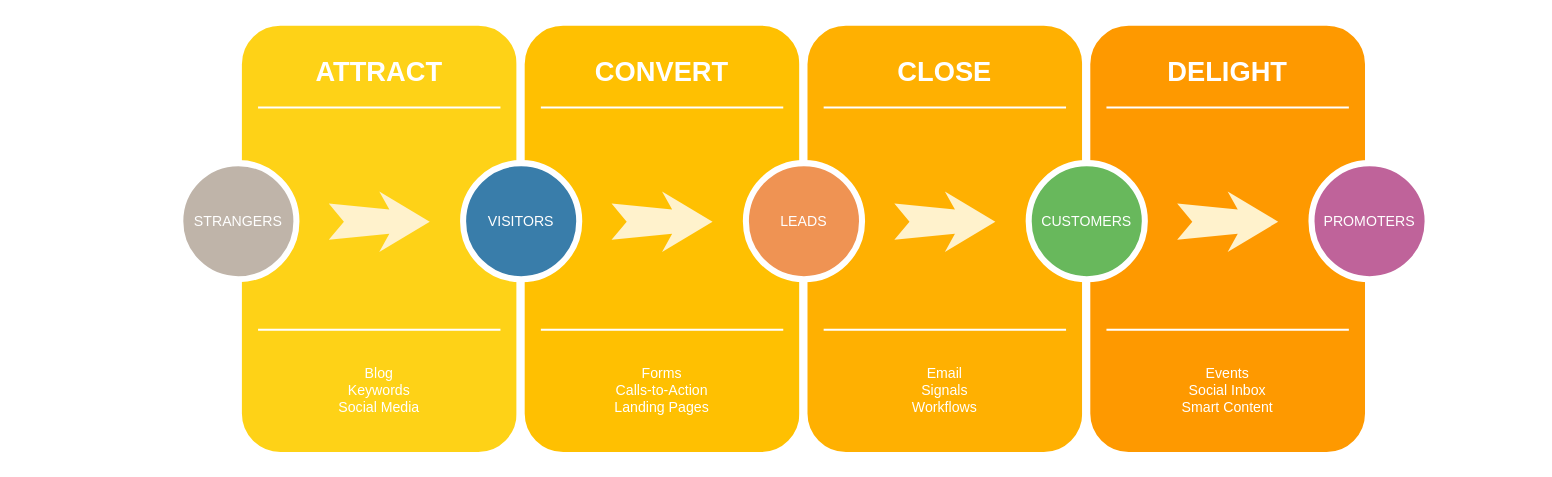
Before: схема_инфраструктуры.drawio in RaifSpace/raif-devops, a draw.io diagram. Source tidied: cells renumbered, new cells numbered last; positions are measured from the earlier drawing's top-left corner, leaving out a move shared by most shapes. Both pictures are drawn from the tidied source at 101%, with x=0, y=0 at pixel (180, 21).
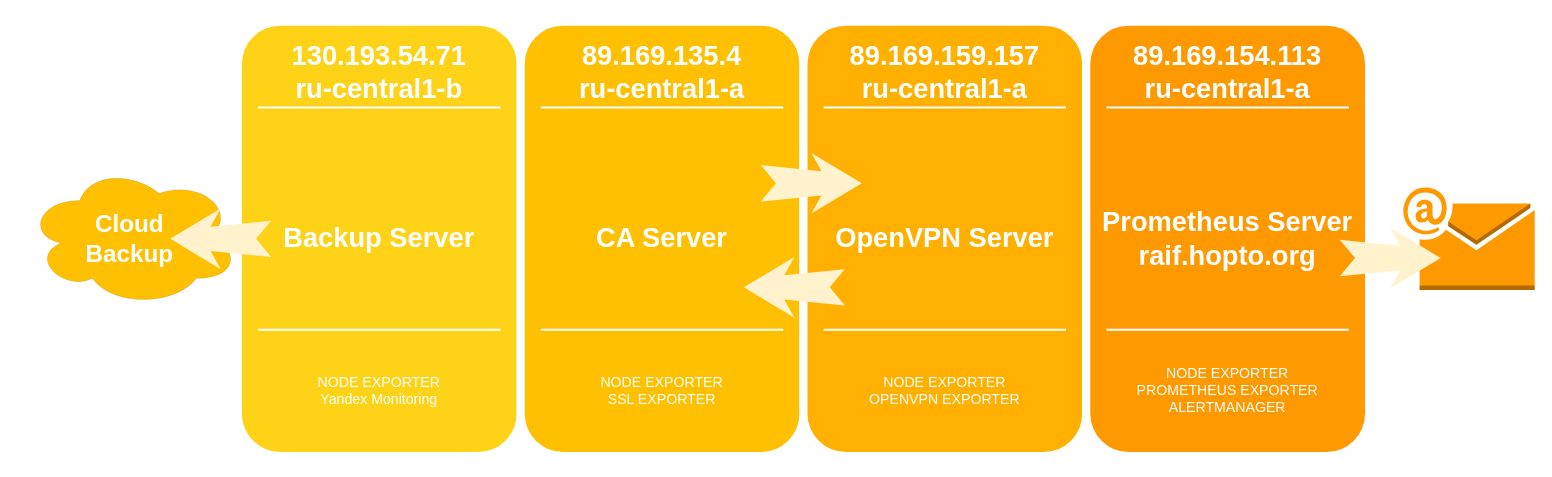
The same diagram, later.

Change to the diagram source:
```diff
@@
-    <mxCell id="2" style="whiteSpace=wrap;html=1;rounded=1;shadow=0;strokeWidth=8;fontSize=20;align=center;fillColor=#FED217;strokeColor=#FFFFFF;" parent="1" vertex="1">
+    <mxCell id="2" value="&lt;span style=&quot;color: rgb(255, 255, 255); font-size: 27px; font-weight: 700;&quot;&gt;Backup Server&lt;/span&gt;" style="whiteSpace=wrap;html=1;rounded=1;shadow=0;strokeWidth=8;fontSize=20;align=center;fillColor=#FED217;strokeColor=#FFFFFF;" parent="1" vertex="1">
       <mxGeometry x="57" width="280" height="430" as="geometry" />
     </mxCell>
-    <mxCell id="3" value="ATTRACT" style="text;html=1;strokeColor=none;fillColor=none;align=center;verticalAlign=middle;whiteSpace=wrap;rounded=0;shadow=0;fontSize=27;fontColor=#FFFFFF;fontStyle=1;" parent="1" vertex="1">
+    <mxCell id="3" value="130.193.54.71&lt;div&gt;ru-central1-b&lt;/div&gt;" style="text;html=1;strokeColor=none;fillColor=none;align=center;verticalAlign=middle;whiteSpace=wrap;rounded=0;shadow=0;fontSize=27;fontColor=#FFFFFF;fontStyle=1;" parent="1" vertex="1">
       <mxGeometry x="57" y="20" width="280" height="60" as="geometry" />
     </mxCell>
-    <mxCell id="4" value="Blog&lt;div&gt;Keywords&lt;/div&gt;&lt;div&gt;Social Media&lt;/div&gt;" style="text;html=1;strokeColor=none;fillColor=none;align=center;verticalAlign=middle;whiteSpace=wrap;rounded=0;shadow=0;fontSize=14;fontColor=#FFFFFF;" parent="1" vertex="1">
+    <mxCell id="4" value="NODE EXPORTER&lt;div&gt;Yandex Monitoring&lt;/div&gt;" style="text;html=1;strokeColor=none;fillColor=none;align=center;verticalAlign=middle;whiteSpace=wrap;rounded=0;shadow=0;fontSize=14;fontColor=#FFFFFF;" parent="1" vertex="1">
       <mxGeometry x="57" y="320" width="280" height="90" as="geometry" />
     </mxCell>
@@
-    <mxCell id="7" value="STRANGERS" style="ellipse;whiteSpace=wrap;html=1;rounded=0;shadow=0;strokeWidth=6;fontSize=14;align=center;fillColor=#BFB4A9;strokeColor=#FFFFFF;fontColor=#FFFFFF;" parent="1" vertex="1">
-      <mxGeometry y="140" width="115" height="115" as="geometry" />
-    </mxCell>
-    <mxCell id="8" style="html=1;shadow=0;dashed=0;align=center;verticalAlign=middle;shape=mxgraph.arrows2.stylisedArrow;dy=0.6;dx=40;notch=15;feather=0.4;rounded=0;strokeWidth=1;fontSize=27;strokeColor=none;fillColor=#fff2cc;" parent="1" vertex="1">
-      <mxGeometry x="147" y="168" width="100" height="60" as="geometry" />
-    </mxCell>
-    <mxCell id="9" style="whiteSpace=wrap;html=1;rounded=1;shadow=0;strokeWidth=8;fontSize=20;align=center;fillColor=#FFC001;strokeColor=#FFFFFF;" parent="1" vertex="1">
+    <mxCell id="9" value="&lt;span style=&quot;color: rgb(255, 255, 255); font-size: 27px; font-weight: 700;&quot;&gt;CA Server&lt;/span&gt;" style="whiteSpace=wrap;html=1;rounded=1;shadow=0;strokeWidth=8;fontSize=20;align=center;fillColor=#FFC001;strokeColor=#FFFFFF;" parent="1" vertex="1">
       <mxGeometry x="337" width="280" height="430" as="geometry" />
     </mxCell>
-    <mxCell id="10" value="CONVERT" style="text;html=1;strokeColor=none;fillColor=none;align=center;verticalAlign=middle;whiteSpace=wrap;rounded=0;shadow=0;fontSize=27;fontColor=#FFFFFF;fontStyle=1;" parent="1" vertex="1">
+    <mxCell id="10" value="89.169.135.4&lt;div&gt;ru-central1-a&lt;/div&gt;" style="text;html=1;strokeColor=none;fillColor=none;align=center;verticalAlign=middle;whiteSpace=wrap;rounded=0;shadow=0;fontSize=27;fontColor=#FFFFFF;fontStyle=1;" parent="1" vertex="1">
       <mxGeometry x="337" y="20" width="280" height="60" as="geometry" />
     </mxCell>
-    <mxCell id="11" value="Forms&lt;div&gt;Calls-to-Action&lt;/div&gt;&lt;div&gt;Landing Pages&lt;/div&gt;" style="text;html=1;strokeColor=none;fillColor=none;align=center;verticalAlign=middle;whiteSpace=wrap;rounded=0;shadow=0;fontSize=14;fontColor=#FFFFFF;" parent="1" vertex="1">
+    <mxCell id="11" value="NODE EXPORTER&lt;div&gt;&lt;div&gt;SSL EXPORTER&lt;/div&gt;&lt;/div&gt;" style="text;html=1;strokeColor=none;fillColor=none;align=center;verticalAlign=middle;whiteSpace=wrap;rounded=0;shadow=0;fontSize=14;fontColor=#FFFFFF;" parent="1" vertex="1">
       <mxGeometry x="337" y="320" width="280" height="90" as="geometry" />
     </mxCell>
@@
-    <mxCell id="14" value="VISITORS" style="ellipse;whiteSpace=wrap;html=1;rounded=0;shadow=0;strokeWidth=6;fontSize=14;align=center;fillColor=#397DAA;strokeColor=#FFFFFF;fontColor=#FFFFFF;" parent="1" vertex="1">
-      <mxGeometry x="280" y="140" width="115" height="115" as="geometry" />
-    </mxCell>
-    <mxCell id="15" style="html=1;shadow=0;dashed=0;align=center;verticalAlign=middle;shape=mxgraph.arrows2.stylisedArrow;dy=0.6;dx=40;notch=15;feather=0.4;rounded=0;strokeWidth=1;fontSize=27;strokeColor=none;fillColor=#fff2cc;" parent="1" vertex="1">
-      <mxGeometry x="427" y="168" width="100" height="60" as="geometry" />
-    </mxCell>
-    <mxCell id="16" style="whiteSpace=wrap;html=1;rounded=1;shadow=0;strokeWidth=8;fontSize=20;align=center;fillColor=#FFB001;strokeColor=#FFFFFF;" parent="1" vertex="1">
+    <mxCell id="16" value="&lt;span style=&quot;color: rgb(255, 255, 255); font-size: 27px; font-weight: 700;&quot;&gt;OpenVPN Server&lt;/span&gt;" style="whiteSpace=wrap;html=1;rounded=1;shadow=0;strokeWidth=8;fontSize=20;align=center;fillColor=#FFB001;strokeColor=#FFFFFF;" parent="1" vertex="1">
       <mxGeometry x="617" width="280" height="430" as="geometry" />
     </mxCell>
-    <mxCell id="17" value="CLOSE" style="text;html=1;strokeColor=none;fillColor=none;align=center;verticalAlign=middle;whiteSpace=wrap;rounded=0;shadow=0;fontSize=27;fontColor=#FFFFFF;fontStyle=1;" parent="1" vertex="1">
+    <mxCell id="17" value="89.169.159.157&lt;div&gt;ru-central1-a&lt;/div&gt;" style="text;html=1;strokeColor=none;fillColor=none;align=center;verticalAlign=middle;whiteSpace=wrap;rounded=0;shadow=0;fontSize=27;fontColor=#FFFFFF;fontStyle=1;" parent="1" vertex="1">
       <mxGeometry x="617" y="20" width="280" height="60" as="geometry" />
     </mxCell>
-    <mxCell id="18" value="Email&lt;div&gt;Signals&lt;/div&gt;&lt;div&gt;Workflows&lt;/div&gt;" style="text;html=1;strokeColor=none;fillColor=none;align=center;verticalAlign=middle;whiteSpace=wrap;rounded=0;shadow=0;fontSize=14;fontColor=#FFFFFF;" parent="1" vertex="1">
+    <mxCell id="18" value="NODE EXPORTER&lt;div&gt;&lt;div&gt;OPENVPN EXPORTER&lt;/div&gt;&lt;/div&gt;" style="text;html=1;strokeColor=none;fillColor=none;align=center;verticalAlign=middle;whiteSpace=wrap;rounded=0;shadow=0;fontSize=14;fontColor=#FFFFFF;" parent="1" vertex="1">
       <mxGeometry x="617" y="320" width="280" height="90" as="geometry" />
     </mxCell>
@@
-    <mxCell id="21" value="LEADS" style="ellipse;whiteSpace=wrap;html=1;rounded=0;shadow=0;strokeWidth=6;fontSize=14;align=center;fillColor=#EF9353;strokeColor=#FFFFFF;fontColor=#FFFFFF;" parent="1" vertex="1">
-      <mxGeometry x="560" y="140" width="115" height="115" as="geometry" />
-    </mxCell>
-    <mxCell id="22" style="html=1;shadow=0;dashed=0;align=center;verticalAlign=middle;shape=mxgraph.arrows2.stylisedArrow;dy=0.6;dx=40;notch=15;feather=0.4;rounded=0;strokeWidth=1;fontSize=27;strokeColor=none;fillColor=#fff2cc;" parent="1" vertex="1">
-      <mxGeometry x="707" y="168" width="100" height="60" as="geometry" />
+    <mxCell id="22" style="html=1;shadow=0;dashed=0;align=center;verticalAlign=middle;shape=mxgraph.arrows2.stylisedArrow;dy=0.6;dx=40;notch=15;feather=0.4;rounded=0;strokeWidth=1;fontSize=27;strokeColor=none;fillColor=#fff2cc;rotation=-180;" parent="1" vertex="1">
+      <mxGeometry x="558" y="233" width="100" height="60" as="geometry" />
     </mxCell>
-    <mxCell id="23" style="whiteSpace=wrap;html=1;rounded=1;shadow=0;strokeWidth=8;fontSize=20;align=center;fillColor=#FE9900;strokeColor=#FFFFFF;" parent="1" vertex="1">
+    <mxCell id="23" value="&lt;span style=&quot;color: rgb(255, 255, 255); font-size: 27px; font-weight: 700;&quot;&gt;Prometheus Server&lt;/span&gt;&lt;div&gt;&lt;span style=&quot;color: rgb(255, 255, 255);&quot;&gt;&lt;font color=&quot;#ffffff&quot;&gt;&lt;span style=&quot;font-size: 27px;&quot;&gt;&lt;b&gt;raif.hopto.org&lt;/b&gt;&lt;/span&gt;&lt;/font&gt;&lt;/span&gt;&lt;/div&gt;" style="whiteSpace=wrap;html=1;rounded=1;shadow=0;strokeWidth=8;fontSize=20;align=center;fillColor=#FE9900;strokeColor=#FFFFFF;" parent="1" vertex="1">
       <mxGeometry x="897" width="280" height="430" as="geometry" />
     </mxCell>
-    <mxCell id="24" value="DELIGHT" style="text;html=1;strokeColor=none;fillColor=none;align=center;verticalAlign=middle;whiteSpace=wrap;rounded=0;shadow=0;fontSize=27;fontColor=#FFFFFF;fontStyle=1;" parent="1" vertex="1">
+    <mxCell id="24" value="89.169.154.113&lt;div&gt;ru-central1-a&lt;/div&gt;" style="text;html=1;strokeColor=none;fillColor=none;align=center;verticalAlign=middle;whiteSpace=wrap;rounded=0;shadow=0;fontSize=27;fontColor=#FFFFFF;fontStyle=1;" parent="1" vertex="1">
       <mxGeometry x="897" y="20" width="280" height="60" as="geometry" />
     </mxCell>
-    <mxCell id="25" value="Events&lt;div&gt;Social Inbox&lt;/div&gt;&lt;div&gt;Smart Content&lt;/div&gt;" style="text;html=1;strokeColor=none;fillColor=none;align=center;verticalAlign=middle;whiteSpace=wrap;rounded=0;shadow=0;fontSize=14;fontColor=#FFFFFF;" parent="1" vertex="1">
+    <mxCell id="25" value="NODE EXPORTER&lt;div&gt;PROMETHEUS EXPORTER&lt;/div&gt;&lt;div&gt;ALERTMANAGER&lt;/div&gt;" style="text;html=1;strokeColor=none;fillColor=none;align=center;verticalAlign=middle;whiteSpace=wrap;rounded=0;shadow=0;fontSize=14;fontColor=#FFFFFF;" parent="1" vertex="1">
       <mxGeometry x="897" y="320" width="280" height="90" as="geometry" />
     </mxCell>
@@
-    <mxCell id="28" value="CUSTOMERS" style="ellipse;whiteSpace=wrap;html=1;rounded=0;shadow=0;strokeWidth=6;fontSize=14;align=center;fillColor=#68B85C;strokeColor=#FFFFFF;fontColor=#FFFFFF;" parent="1" vertex="1">
-      <mxGeometry x="840" y="140" width="115" height="115" as="geometry" />
-    </mxCell>
     <mxCell id="29" style="html=1;shadow=0;dashed=0;align=center;verticalAlign=middle;shape=mxgraph.arrows2.stylisedArrow;dy=0.6;dx=40;notch=15;feather=0.4;rounded=0;strokeWidth=1;fontSize=27;strokeColor=none;fillColor=#fff2cc;" parent="1" vertex="1">
-      <mxGeometry x="987" y="168" width="100" height="60" as="geometry" />
+      <mxGeometry x="574.8" y="130" width="100" height="60" as="geometry" />
     </mxCell>
-    <mxCell id="30" value="PROMOTERS" style="ellipse;whiteSpace=wrap;html=1;rounded=0;shadow=0;strokeWidth=6;fontSize=14;align=center;fillColor=#BF639A;strokeColor=#FFFFFF;fontColor=#FFFFFF;" parent="1" vertex="1">
-      <mxGeometry x="1120" y="140" width="115" height="115" as="geometry" />
-    </mxCell>
+    <mxCell id="31" style="group;" parent="1" vertex="1">
+      <mxGeometry x="-161" y="155" width="210" height="140" as="geometry" />
+    </mxCell>
+    <mxCell id="32" style="ellipse;shape=cloud;whiteSpace=wrap;html=1;fillColor=light-dark(#ffc001, #ededed);strokeWidth=0;" parent="31" vertex="1">
+      <mxGeometry x="9" y="-13" width="210" height="140" as="geometry" />
+    </mxCell>
+    <mxCell id="33" value="Cloud Backup" style="text;html=1;align=center;verticalAlign=middle;whiteSpace=wrap;rounded=0;fontSize=24;fontStyle=1;fontColor=light-dark(#ffffff, #ededed);" parent="31" vertex="1">
+      <mxGeometry x="81" y="45" width="60" height="30" as="geometry" />
+    </mxCell>
+    <mxCell id="34" style="html=1;shadow=0;dashed=0;align=center;verticalAlign=middle;shape=mxgraph.arrows2.stylisedArrow;dy=0.6;dx=40;notch=15;feather=0.4;rounded=0;strokeWidth=1;fontSize=27;strokeColor=none;fillColor=#fff2cc;rotation=-180;" parent="1" vertex="1">
+      <mxGeometry x="-10" y="185" width="100" height="60" as="geometry" />
+    </mxCell>
+    <mxCell id="35" style="dashed=0;verticalLabelPosition=bottom;verticalAlign=top;align=center;html=1;shape=mxgraph.aws3.email;fillColor=light-dark(#fe9900, #835801);gradientColor=none;" parent="1" vertex="1">
+      <mxGeometry x="1211" y="164.2" width="130" height="101.5" as="geometry" />
+    </mxCell>
+    <mxCell id="36" style="html=1;shadow=0;dashed=0;align=center;verticalAlign=middle;shape=mxgraph.arrows2.stylisedArrow;dy=0.6;dx=40;notch=15;feather=0.4;rounded=0;strokeWidth=1;fontSize=27;strokeColor=none;fillColor=#fff2cc;" parent="1" vertex="1">
+      <mxGeometry x="1148" y="204" width="100" height="60" as="geometry" />
+    </mxCell>
```
